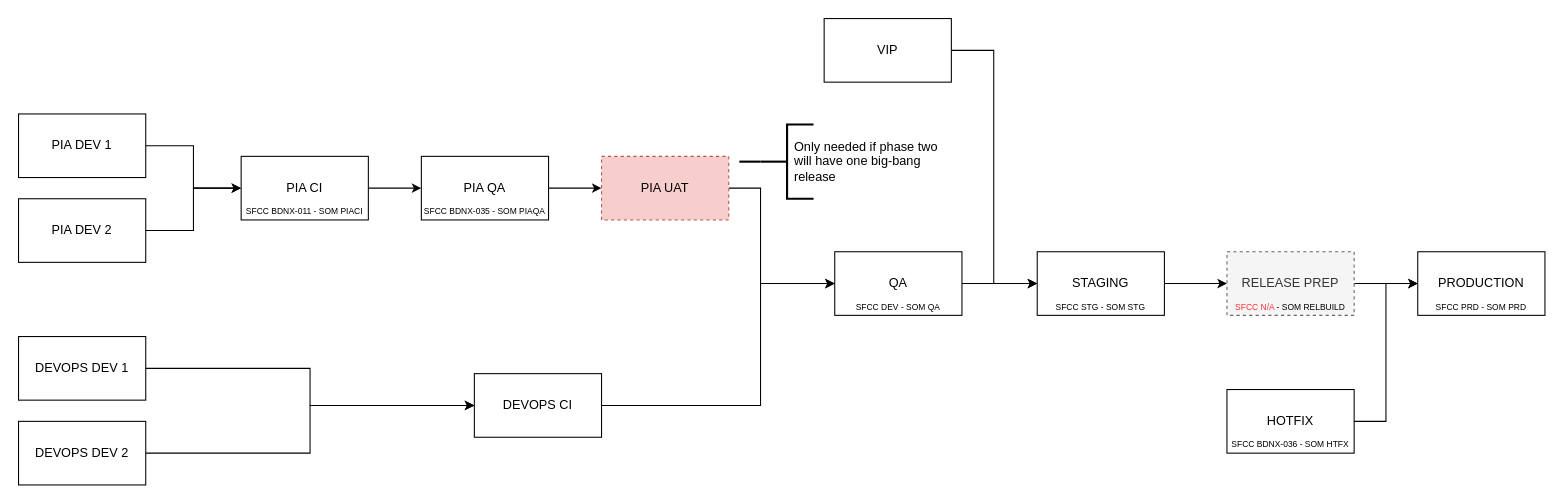
Before: phase-two-pipeline.drawio in pettll/diagrams, a draw.io diagram. Source tidied: cells renumbered, new cells numbered last; positions are measured from the earlier drawing's top-left corner, leaving out a move shared by most shapes. Both pictures are drawn from the tidied source at 106%, with x=0, y=0 at pixel (18, 18).
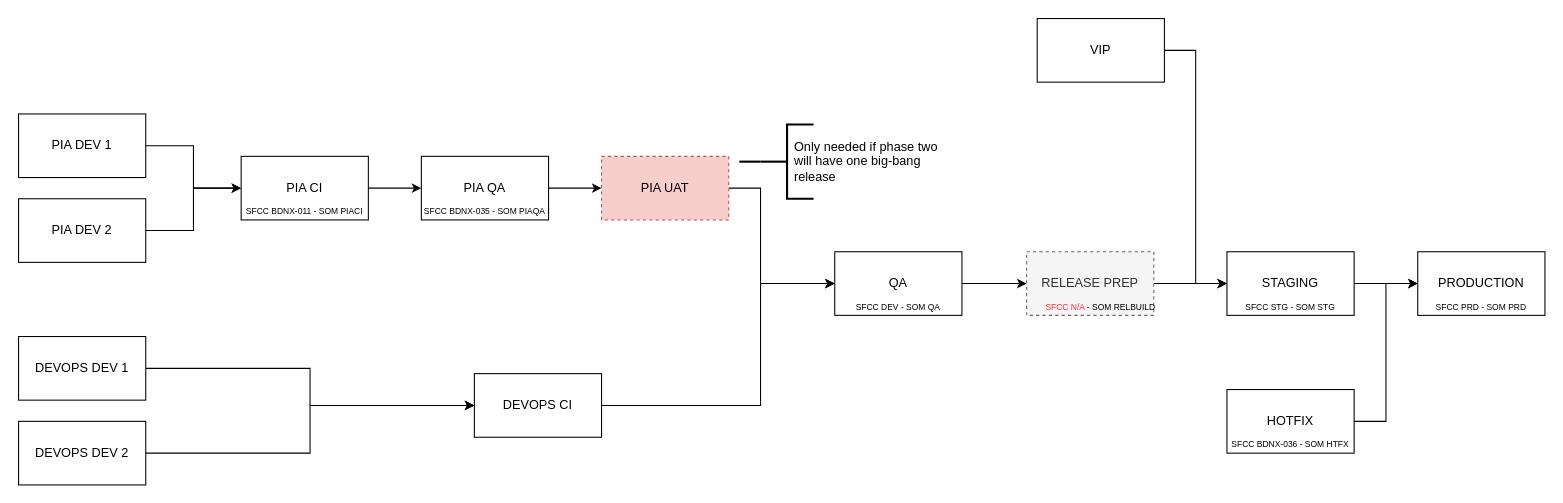
After the change.

Unchanged cells that the change refers to:
```xml
<mxCell id="15" value="QA" style="rounded=0;whiteSpace=wrap;html=1;" parent="1" vertex="1">
  <mxGeometry x="770" y="220" width="120" height="60" as="geometry" />
</mxCell>
<mxCell id="22" value="PRODUCTION" style="rounded=0;whiteSpace=wrap;html=1;" parent="1" vertex="1">
  <mxGeometry x="1320" y="220" width="120" height="60" as="geometry" />
</mxCell>
```

Diff of the diagram source:
```diff
@@
-    <mxCell id="14" style="edgeStyle=orthogonalEdgeStyle;rounded=0;jettySize=auto;html=1;entryX=0;entryY=0.5;entryDx=0;entryDy=0;" parent="1" edge="1" source="15" target="17">
-      <mxGeometry relative="1" as="geometry" />
-    </mxCell>
+    <mxCell id="39" style="edgeStyle=orthogonalEdgeStyle;rounded=0;jettySize=auto;html=1;entryX=0;entryY=0.5;entryDx=0;entryDy=0;" parent="1" edge="1" source="15" target="19">
+      <mxGeometry relative="1" as="geometry" />
+    </mxCell>
@@
-    <mxCell id="16" style="edgeStyle=orthogonalEdgeStyle;rounded=0;jettySize=auto;html=1;entryX=0;entryY=0.5;entryDx=0;entryDy=0;" parent="1" edge="1" source="17" target="19">
-      <mxGeometry relative="1" as="geometry" />
-    </mxCell>
-    <mxCell id="17" value="STAGING" style="rounded=0;whiteSpace=wrap;html=1;" parent="1" vertex="1">
-      <mxGeometry x="961" y="220" width="120" height="60" as="geometry" />
-    </mxCell>
-    <mxCell id="18" style="edgeStyle=orthogonalEdgeStyle;rounded=0;jettySize=auto;html=1;" parent="1" edge="1" source="19" target="22">
-      <mxGeometry relative="1" as="geometry" />
-    </mxCell>
+    <mxCell id="40" style="edgeStyle=orthogonalEdgeStyle;rounded=0;jettySize=auto;html=1;entryX=0;entryY=0.5;entryDx=0;entryDy=0;" parent="1" edge="1" source="19" target="17">
+      <mxGeometry relative="1" as="geometry" />
+    </mxCell>
     <mxCell id="19" value="RELEASE PREP" style="rounded=0;whiteSpace=wrap;html=1;fillColor=#f5f5f5;fontColor=#333333;strokeColor=#666666;dashed=1;" parent="1" vertex="1">
-      <mxGeometry x="1140" y="220" width="120" height="60" as="geometry" />
+      <mxGeometry x="951" y="220" width="120" height="60" as="geometry" />
     </mxCell>
@@
     <mxCell id="23" style="edgeStyle=orthogonalEdgeStyle;rounded=0;jettySize=auto;html=1;entryX=0;entryY=0.5;entryDx=0;entryDy=0;" parent="1" edge="1" source="24" target="17">
-      <mxGeometry relative="1" as="geometry">
-        <Array as="points">
-          <mxPoint x="920" y="30" />
-          <mxPoint x="920" y="250" />
-        </Array>
-      </mxGeometry>
+      <mxGeometry relative="1" as="geometry" />
     </mxCell>
     <mxCell id="24" value="VIP" style="rounded=0;whiteSpace=wrap;html=1;" parent="1" vertex="1">
-      <mxGeometry x="760" width="120" height="60" as="geometry" />
+      <mxGeometry x="961" width="120" height="60" as="geometry" />
     </mxCell>
@@
-    <mxCell id="30" value="SFCC STG - SOM STG" style="text;html=1;align=center;verticalAlign=bottom;whiteSpace=wrap;rounded=0;fontSize=8;" parent="1" vertex="1">
-      <mxGeometry x="961" y="260" width="120" height="20" as="geometry" />
-    </mxCell>
@@
     <mxCell id="32" value="&lt;font color=&quot;#ff3333&quot;&gt;SFCC N/A&lt;/font&gt; - SOM RELBUILD" style="text;html=1;align=center;verticalAlign=bottom;whiteSpace=wrap;rounded=0;fontSize=8;" parent="1" vertex="1">
-      <mxGeometry x="1140" y="260" width="120" height="20" as="geometry" />
+      <mxGeometry x="961" y="260" width="120" height="20" as="geometry" />
     </mxCell>
@@
+    <mxCell id="41" style="edgeStyle=orthogonalEdgeStyle;rounded=0;jettySize=auto;html=1;entryX=0;entryY=0.5;entryDx=0;entryDy=0;" parent="1" edge="1" source="17" target="22">
+      <mxGeometry relative="1" as="geometry" />
+    </mxCell>
+    <mxCell id="17" value="STAGING" style="rounded=0;whiteSpace=wrap;html=1;" parent="1" vertex="1">
+      <mxGeometry x="1140" y="220" width="120" height="60" as="geometry" />
+    </mxCell>
+    <mxCell id="30" value="SFCC STG - SOM STG" style="text;html=1;align=center;verticalAlign=bottom;whiteSpace=wrap;rounded=0;fontSize=8;" parent="1" vertex="1">
+      <mxGeometry x="1140" y="260" width="120" height="20" as="geometry" />
+    </mxCell>
```
